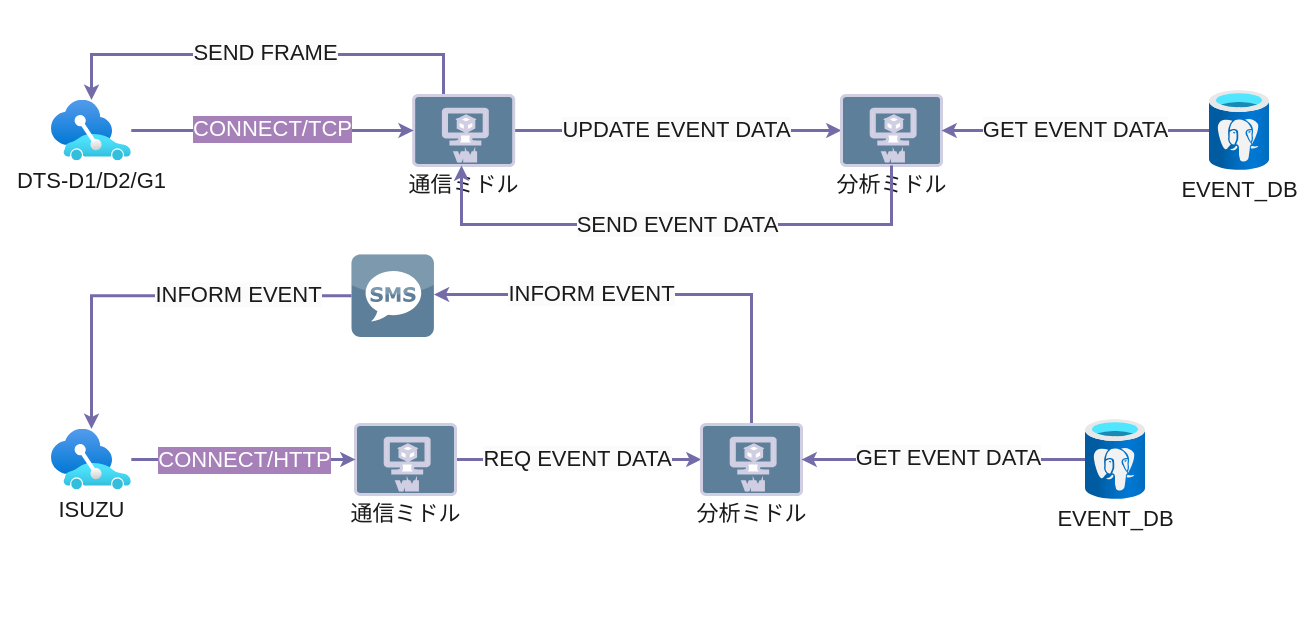
Above: page "V3-TTI" (1 of 3) of V3-EVENT.drawio in enddeadroyal/rust-course (draw.io), before the change. Source tidied: cells renumbered, new cells numbered last; positions are measured from the earlier drawing's top-left corner, leaving out a move shared by most shapes. Both pictures are drawn from the tidied source at 100%, with x=0, y=0 at pixel (51, 54).
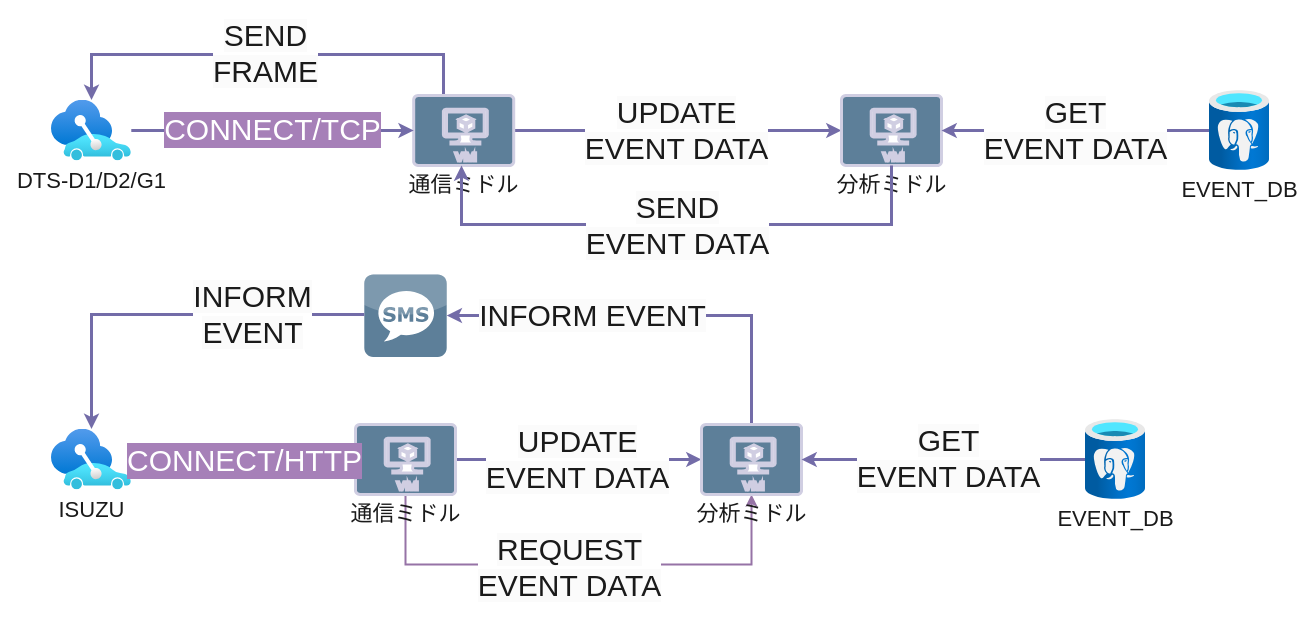
The same diagram, later.

The change refers to these unchanged cells:
```xml
<mxCell id="2" style="edgeStyle=orthogonalEdgeStyle;rounded=0;jettySize=auto;html=1;startArrow=none;startFill=0;endArrow=classic;endFill=1;strokeWidth=3;strokeColor=#736CA8;labelBackgroundColor=none;fontColor=default;fontSize=22;" parent="1" edge="1" source="6" target="7">
  <mxGeometry relative="1" as="geometry" />
</mxCell>
<mxCell id="4" style="edgeStyle=orthogonalEdgeStyle;rounded=0;jettySize=auto;html=1;strokeWidth=3;strokeColor=#736CA8;labelBackgroundColor=none;fontColor=default;fontSize=22;" parent="1" edge="1" source="6" target="11">
  <mxGeometry relative="1" as="geometry">
    <Array as="points">
      <mxPoint x="392" />
      <mxPoint x="40" />
    </Array>
  </mxGeometry>
</mxCell>
<mxCell id="8" style="edgeStyle=orthogonalEdgeStyle;rounded=0;jettySize=auto;html=1;strokeWidth=3;strokeColor=#736CA8;labelBackgroundColor=none;fontColor=default;fontSize=22;" parent="1" edge="1" source="10" target="7">
  <mxGeometry relative="1" as="geometry" />
</mxCell>
<mxCell id="12" style="edgeStyle=orthogonalEdgeStyle;rounded=0;jettySize=auto;html=1;entryX=0;entryY=0.5;entryDx=0;entryDy=0;entryPerimeter=0;strokeWidth=3;strokeColor=#736CA8;labelBackgroundColor=none;fontColor=default;fontSize=22;" parent="1" edge="1" source="11" target="6">
  <mxGeometry relative="1" as="geometry" />
</mxCell>
<mxCell id="14" style="edgeStyle=orthogonalEdgeStyle;rounded=0;jettySize=auto;html=1;strokeColor=#736CA8;fontColor=default;strokeWidth=3;labelBackgroundColor=none;fontSize=22;" parent="1" edge="1" source="7" target="6">
  <mxGeometry relative="1" as="geometry">
    <Array as="points">
      <mxPoint x="840" y="170" />
      <mxPoint x="410" y="170" />
    </Array>
  </mxGeometry>
</mxCell>
<mxCell id="16" style="edgeStyle=orthogonalEdgeStyle;rounded=1;jettySize=auto;html=1;startArrow=none;startFill=0;endArrow=classic;endFill=1;strokeWidth=3;strokeColor=#736CA8;labelBackgroundColor=none;fontColor=default;fontSize=22;" parent="1" edge="1" source="18" target="21">
  <mxGeometry relative="1" as="geometry" />
</mxCell>
<mxCell id="18" value="通信ミドル" style="verticalLabelPosition=bottom;html=1;verticalAlign=top;align=center;strokeColor=#D0CEE2;fillColor=#5D7F99;shape=mxgraph.azure.virtual_machine;fontSize=22;strokeWidth=3;labelBackgroundColor=none;fontColor=#1A1A1A;rounded=1;" parent="1" vertex="1">
  <mxGeometry x="304" y="370" width="100" height="70" as="geometry" />
</mxCell>
<mxCell id="21" value="分析ミドル" style="verticalLabelPosition=bottom;html=1;verticalAlign=top;align=center;strokeColor=#D0CEE2;fillColor=#5D7F99;shape=mxgraph.azure.virtual_machine;fontSize=22;strokeWidth=3;labelBackgroundColor=none;fontColor=#1A1A1A;rounded=1;" parent="1" vertex="1">
  <mxGeometry x="650" y="370" width="100" height="70" as="geometry" />
</mxCell>
<mxCell id="22" style="edgeStyle=orthogonalEdgeStyle;rounded=1;jettySize=auto;html=1;strokeWidth=3;strokeColor=#736CA8;labelBackgroundColor=none;fontColor=default;fontSize=22;" parent="1" edge="1" source="24" target="21">
  <mxGeometry relative="1" as="geometry" />
</mxCell>
<mxCell id="25" value="ISUZU" style="image;html=1;points=[];align=center;fontSize=22;image=img/lib/azure2/other/Connected_Vehicle_Platform.svg;strokeWidth=3;fillColor=#5D7F99;strokeColor=#D0CEE2;labelBackgroundColor=none;fontColor=#1A1A1A;rounded=1;" parent="1" vertex="1">
  <mxGeometry y="374.5" width="79.8" height="61" as="geometry" />
</mxCell>
<mxCell id="26" style="edgeStyle=orthogonalEdgeStyle;rounded=1;jettySize=auto;html=1;entryX=0;entryY=0.5;entryDx=0;entryDy=0;entryPerimeter=0;strokeWidth=3;strokeColor=#736CA8;labelBackgroundColor=none;fontColor=default;fontSize=22;" parent="1" edge="1" source="25" target="18">
  <mxGeometry relative="1" as="geometry" />
</mxCell>
```

Diff of the diagram source:
```diff
@@
-    <mxCell id="3" value="&lt;span style=&quot;color: rgb(26, 26, 26); font-size: 22px; background-color: rgb(251, 251, 251);&quot;&gt;UPDATE EVENT DATA&lt;/span&gt;" style="edgeLabel;html=1;align=center;verticalAlign=middle;fontSize=22;" parent="2" vertex="1">
+    <mxCell id="3" value="&lt;span style=&quot;color: rgb(26, 26, 26); font-size: 30px; background-color: rgb(251, 251, 251);&quot;&gt;UPDATE&lt;/span&gt;&lt;div&gt;&lt;span style=&quot;color: rgb(26, 26, 26); font-size: 30px; background-color: rgb(251, 251, 251);&quot;&gt;EVENT DATA&lt;/span&gt;&lt;/div&gt;" style="edgeLabel;html=1;align=center;verticalAlign=middle;fontSize=30;" parent="2" vertex="1">
       <mxGeometry x="-0.01" y="1" relative="1" as="geometry" />
     </mxCell>
@@
-    <mxCell id="5" value="&lt;span style=&quot;color: rgb(26, 26, 26); font-size: 22px; background-color: rgb(251, 251, 251);&quot;&gt;SEND FRAME&lt;/span&gt;" style="edgeLabel;html=1;align=center;verticalAlign=middle;fontSize=22;" parent="4" vertex="1">
+    <mxCell id="5" value="&lt;span style=&quot;color: rgb(26, 26, 26); font-size: 30px; background-color: rgb(251, 251, 251);&quot;&gt;SEND&lt;/span&gt;&lt;div&gt;&lt;span style=&quot;color: rgb(26, 26, 26); font-size: 30px; background-color: rgb(251, 251, 251);&quot;&gt;FRAME&lt;/span&gt;&lt;/div&gt;" style="edgeLabel;html=1;align=center;verticalAlign=middle;fontSize=30;" parent="4" vertex="1">
       <mxGeometry y="-2" relative="1" as="geometry" />
     </mxCell>
@@
-    <mxCell id="9" value="&lt;span style=&quot;color: rgb(26, 26, 26); font-size: 22px; background-color: rgb(251, 251, 251);&quot;&gt;GET EVENT DATA&lt;/span&gt;" style="edgeLabel;html=1;align=center;verticalAlign=middle;fontSize=22;" parent="8" vertex="1">
+    <mxCell id="9" value="&lt;span style=&quot;color: rgb(26, 26, 26); font-size: 30px; background-color: rgb(251, 251, 251);&quot;&gt;GET&lt;/span&gt;&lt;div&gt;&lt;span style=&quot;color: rgb(26, 26, 26); font-size: 30px; background-color: rgb(251, 251, 251);&quot;&gt;EVENT DATA&lt;/span&gt;&lt;/div&gt;" style="edgeLabel;html=1;align=center;verticalAlign=middle;fontSize=30;" parent="8" vertex="1">
       <mxGeometry x="0.01" y="-1" relative="1" as="geometry" />
     </mxCell>
@@
-    <mxCell id="13" value="&lt;span style=&quot;font-size: 22px;&quot;&gt;CONNECT/TCP&lt;/span&gt;" style="edgeLabel;html=1;align=center;verticalAlign=middle;fontSize=22;fontColor=#FFFFFF;labelBackgroundColor=#A680B8;" parent="12" vertex="1">
+    <mxCell id="13" value="&lt;span style=&quot;font-size: 30px;&quot;&gt;CONNECT/TCP&lt;/span&gt;" style="edgeLabel;html=1;align=center;verticalAlign=middle;fontSize=30;fontColor=#FFFFFF;labelBackgroundColor=#A680B8;" parent="12" vertex="1">
       <mxGeometry x="0.01" y="2" relative="1" as="geometry">
         <mxPoint x="-2" as="offset" />
       </mxGeometry>
     </mxCell>
@@
-    <mxCell id="15" value="&lt;span style=&quot;color: rgb(26, 26, 26); font-size: 22px; background-color: rgb(251, 251, 251);&quot;&gt;SEND EVENT DATA&lt;/span&gt;" style="edgeLabel;html=1;align=center;verticalAlign=middle;fontSize=22;" parent="14" vertex="1">
+    <mxCell id="15" value="&lt;span style=&quot;color: rgb(26, 26, 26); font-size: 30px; background-color: rgb(251, 251, 251);&quot;&gt;SEND&lt;/span&gt;&lt;div&gt;&lt;span style=&quot;color: rgb(26, 26, 26); font-size: 30px; background-color: rgb(251, 251, 251);&quot;&gt;EVENT DATA&lt;/span&gt;&lt;/div&gt;" style="edgeLabel;html=1;align=center;verticalAlign=middle;fontSize=30;" parent="14" vertex="1">
       <mxGeometry relative="1" as="geometry" />
     </mxCell>
@@
-    <mxCell id="17" value="&lt;span style=&quot;color: rgb(26, 26, 26); font-size: 22px; background-color: rgb(251, 251, 251);&quot;&gt;REQ EVENT DATA&lt;/span&gt;" style="edgeLabel;html=1;align=center;verticalAlign=middle;fontSize=22;" parent="16" vertex="1">
+    <mxCell id="17" value="&lt;span style=&quot;background-color: rgb(251, 251, 251); color: rgb(26, 26, 26);&quot;&gt;UPDATE&lt;/span&gt;&lt;div&gt;&lt;span style=&quot;background-color: rgb(251, 251, 251); color: rgb(26, 26, 26);&quot;&gt;EVENT DATA&lt;/span&gt;&lt;/div&gt;" style="edgeLabel;html=1;align=center;verticalAlign=middle;fontSize=30;" parent="16" vertex="1">
       <mxGeometry x="-0.02" y="1" relative="1" as="geometry" />
     </mxCell>
+    <mxCell id="31" style="edgeStyle=orthogonalEdgeStyle;rounded=0;jettySize=auto;html=1;fillColor=#e1d5e7;strokeColor=#9673a6;strokeWidth=2;" parent="1" edge="1" source="18" target="21">
+      <mxGeometry relative="1" as="geometry">
+        <Array as="points">
+          <mxPoint x="354" y="510" />
+          <mxPoint x="700" y="510" />
+        </Array>
+      </mxGeometry>
+    </mxCell>
+    <mxCell id="32" value="&lt;font color=&quot;#1a1a1a&quot;&gt;&lt;span style=&quot;font-size: 30px; background-color: rgb(251, 251, 251);&quot;&gt;REQUEST&lt;/span&gt;&lt;/font&gt;&lt;br&gt;&lt;div style=&quot;font-size: 30px;&quot;&gt;&lt;span style=&quot;background-color: rgb(251, 251, 251); color: rgb(26, 26, 26);&quot;&gt;EVENT DATA&lt;/span&gt;&lt;/div&gt;" style="edgeLabel;html=1;align=center;verticalAlign=middle;" parent="31" vertex="1">
+      <mxGeometry x="-0.04" y="-2" relative="1" as="geometry" />
+    </mxCell>
@@
     <mxCell id="19" style="edgeStyle=orthogonalEdgeStyle;rounded=0;jettySize=auto;html=1;strokeColor=#736CA8;strokeWidth=3;labelBackgroundColor=none;fontColor=default;curved=0;fontSize=22;" parent="1" edge="1" source="21" target="28">
       <mxGeometry relative="1" as="geometry">
         <Array as="points">
-          <mxPoint x="700" y="240" />
+          <mxPoint x="700" y="261" />
         </Array>
       </mxGeometry>
     </mxCell>
-    <mxCell id="20" value="&lt;span style=&quot;color: rgb(26, 26, 26); font-size: 22px; background-color: rgb(251, 251, 251);&quot;&gt;INFORM EVENT&lt;/span&gt;" style="edgeLabel;html=1;align=center;verticalAlign=middle;fontSize=22;" parent="19" vertex="1">
+    <mxCell id="20" value="&lt;span style=&quot;color: rgb(26, 26, 26); font-size: 30px; background-color: rgb(251, 251, 251);&quot;&gt;INFORM EVENT&lt;/span&gt;" style="edgeLabel;html=1;align=center;verticalAlign=middle;fontSize=30;" parent="19" vertex="1">
       <mxGeometry x="0.3" y="-1" relative="1" as="geometry" />
     </mxCell>
@@
-    <mxCell id="23" value="&lt;span style=&quot;color: rgb(26, 26, 26); font-size: 22px; background-color: rgb(251, 251, 251);&quot;&gt;GET EVENT DATA&lt;/span&gt;" style="edgeLabel;html=1;align=center;verticalAlign=middle;fontSize=22;" parent="22" vertex="1">
+    <mxCell id="23" value="&lt;span style=&quot;color: rgb(26, 26, 26); font-size: 30px; background-color: rgb(251, 251, 251);&quot;&gt;GET&lt;/span&gt;&lt;div&gt;&lt;span style=&quot;color: rgb(26, 26, 26); font-size: 30px; background-color: rgb(251, 251, 251);&quot;&gt;EVENT DATA&lt;/span&gt;&lt;/div&gt;" style="edgeLabel;html=1;align=center;verticalAlign=middle;fontSize=30;" parent="22" vertex="1">
       <mxGeometry x="-0.03" y="-2" relative="1" as="geometry" />
     </mxCell>
@@
-    <mxCell id="27" value="&lt;span style=&quot;font-size: 22px;&quot;&gt;CONNECT/HTTP&lt;/span&gt;" style="edgeLabel;html=1;align=center;verticalAlign=middle;fontSize=22;fontColor=#FFFFFF;labelBackgroundColor=#A680B8;" parent="26" vertex="1">
+    <mxCell id="27" value="&lt;span style=&quot;font-size: 30px;&quot;&gt;CONNECT/HTTP&lt;/span&gt;" style="edgeLabel;html=1;align=center;verticalAlign=middle;fontSize=30;fontColor=#FFFFFF;labelBackgroundColor=#A680B8;" parent="26" vertex="1">
       <mxGeometry x="0.01" relative="1" as="geometry" />
     </mxCell>
     <mxCell id="28" style="dashed=0;outlineConnect=0;html=1;align=center;labelPosition=center;verticalLabelPosition=bottom;verticalAlign=top;shape=mxgraph.webicons.sms;fillColor=#5D7F99;labelBackgroundColor=none;strokeColor=#D0CEE2;fontColor=#1A1A1A;rounded=1;fontSize=22;" parent="1" vertex="1">
-      <mxGeometry x="300" y="200" width="82.4" height="82.4" as="geometry" />
+      <mxGeometry x="312.8" y="220" width="82.4" height="82.4" as="geometry" />
     </mxCell>
     <mxCell id="29" style="edgeStyle=orthogonalEdgeStyle;rounded=0;jettySize=auto;html=1;strokeColor=#736CA8;strokeWidth=3;labelBackgroundColor=none;fontColor=default;curved=0;fontSize=22;" parent="1" edge="1" source="28" target="25">
       <mxGeometry relative="1" as="geometry">
         <Array as="points">
-          <mxPoint x="40" y="241" />
+          <mxPoint x="40" y="260" />
         </Array>
       </mxGeometry>
     </mxCell>
-    <mxCell id="30" value="&lt;span style=&quot;color: rgb(26, 26, 26); font-size: 22px; background-color: rgb(251, 251, 251);&quot;&gt;INFORM EVENT&lt;/span&gt;" style="edgeLabel;html=1;align=center;verticalAlign=middle;fontSize=22;" parent="29" vertex="1">
+    <mxCell id="30" value="&lt;span style=&quot;color: rgb(26, 26, 26); font-size: 30px; background-color: rgb(251, 251, 251);&quot;&gt;INFORM&lt;/span&gt;&lt;div&gt;&lt;span style=&quot;color: rgb(26, 26, 26); font-size: 30px; background-color: rgb(251, 251, 251);&quot;&gt;EVENT&lt;/span&gt;&lt;/div&gt;" style="edgeLabel;html=1;align=center;verticalAlign=middle;fontSize=30;" parent="29" vertex="1">
       <mxGeometry x="-0.42" y="-1" relative="1" as="geometry" />
     </mxCell>
```
